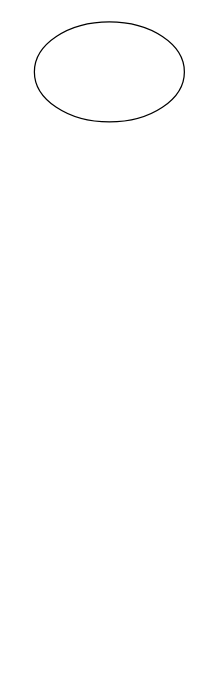
This is PillWheel.drawio from AsshmarHaiqal/SDP, a draw.io file, before an edit. Source tidied: cells renumbered, new cells numbered last; positions are measured from the earlier drawing's top-left corner, leaving out a move shared by most shapes. Both pictures are drawn from the tidied source at 125%, with x=0, y=0 at pixel (34, 21).
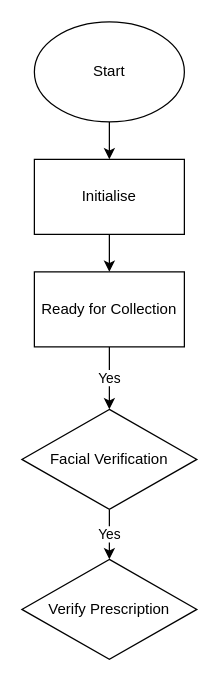
The same diagram, later.

What changed in the source:
```diff
@@
 <mxGraphModel>
   <root>
     <mxCell id="0" />
     <mxCell id="1" parent="0" />
+    <mxCell id="3" style="edgeStyle=orthogonalEdgeStyle;rounded=0;jettySize=auto;html=1;" parent="1" edge="1" source="2" target="5">
+      <mxGeometry relative="1" as="geometry" />
+    </mxCell>
-    <mxCell id="2" style="ellipse;whiteSpace=wrap;html=1;" parent="1" vertex="1">
+    <mxCell id="2" value="Start" style="ellipse;whiteSpace=wrap;html=1;" parent="1" vertex="1">
       <mxGeometry width="120" height="80" as="geometry" />
     </mxCell>
+    <mxCell id="4" style="edgeStyle=orthogonalEdgeStyle;rounded=0;jettySize=auto;html=1;" parent="1" edge="1" source="5" target="7">
+      <mxGeometry relative="1" as="geometry" />
+    </mxCell>
+    <mxCell id="5" value="Initialise" style="whiteSpace=wrap;html=1;" parent="1" vertex="1">
+      <mxGeometry y="110" width="120" height="60" as="geometry" />
+    </mxCell>
+    <mxCell id="6" value="Yes" style="edgeStyle=orthogonalEdgeStyle;rounded=0;jettySize=auto;html=1;" parent="1" edge="1" source="7" target="9">
+      <mxGeometry relative="1" as="geometry" />
+    </mxCell>
+    <mxCell id="7" value="Ready for Collection" style="whiteSpace=wrap;html=1;" parent="1" vertex="1">
+      <mxGeometry y="200" width="120" height="60" as="geometry" />
+    </mxCell>
+    <mxCell id="8" value="Yes" style="edgeStyle=orthogonalEdgeStyle;rounded=0;jettySize=auto;html=1;" parent="1" edge="1" source="9" target="10">
+      <mxGeometry relative="1" as="geometry" />
+    </mxCell>
+    <mxCell id="9" value="Facial Verification" style="rhombus;whiteSpace=wrap;html=1;" parent="1" vertex="1">
+      <mxGeometry x="-10" y="310" width="140" height="80" as="geometry" />
+    </mxCell>
+    <mxCell id="10" value="Verify Prescription" style="rhombus;whiteSpace=wrap;html=1;" parent="1" vertex="1">
+      <mxGeometry x="-10" y="430" width="140" height="80" as="geometry" />
+    </mxCell>
   </root>
 </mxGraphModel>
```
